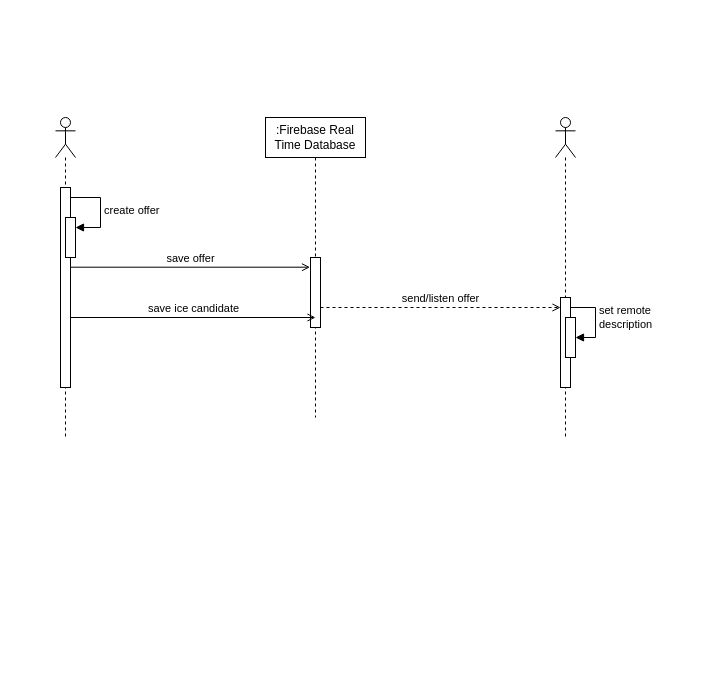
Before: Best Practice/Untitled Diagram.drawio in fadlurahmanfdev/draw_io, a draw.io diagram. Source tidied: cells renumbered, new cells numbered last; positions are measured from the earlier drawing's top-left corner, leaving out a move shared by most shapes. Both pictures are drawn from the tidied source at 100%, with x=0, y=0 at pixel (55, 117).
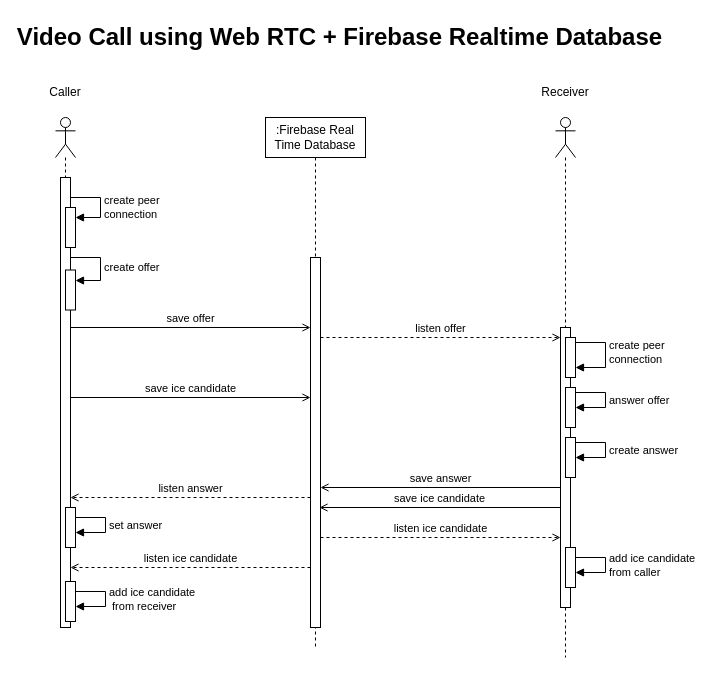
After the change.

What changed in the source:
```diff
@@
     <mxCell id="2" style="shape=umlLifeline;perimeter=lifelinePerimeter;whiteSpace=wrap;html=1;newEdgeStyle={&quot;curved&quot;:0,&quot;rounded&quot;:0};participant=umlActor;" parent="1" vertex="1">
-      <mxGeometry width="20" height="320" as="geometry" />
+      <mxGeometry width="20" height="510" as="geometry" />
     </mxCell>
     <mxCell id="3" style="html=1;points=[[0,0,0,0,5],[0,1,0,0,-5],[1,0,0,0,5],[1,1,0,0,-5]];perimeter=orthogonalPerimeter;outlineConnect=0;targetShapes=umlLifeline;portConstraint=eastwest;newEdgeStyle={&quot;curved&quot;:0,&quot;rounded&quot;:0};" parent="2" vertex="1">
-      <mxGeometry x="5" y="70" width="10" height="200" as="geometry" />
+      <mxGeometry x="5" y="60" width="10" height="450" as="geometry" />
     </mxCell>
+    <mxCell id="9" style="html=1;points=[[0,0,0,0,5],[0,1,0,0,-5],[1,0,0,0,5],[1,1,0,0,-5]];perimeter=orthogonalPerimeter;outlineConnect=0;targetShapes=umlLifeline;portConstraint=eastwest;newEdgeStyle={&quot;curved&quot;:0,&quot;rounded&quot;:0};" parent="2" vertex="1">
+      <mxGeometry x="10" y="152.5" width="10" height="40" as="geometry" />
+    </mxCell>
+    <mxCell id="10" value="create offer" style="html=1;align=left;spacingLeft=2;endArrow=block;rounded=0;edgeStyle=orthogonalEdgeStyle;curved=0;rounded=0;" parent="2" edge="1" target="9">
+      <mxGeometry x="0.11" relative="1" as="geometry">
+        <mxPoint x="15" y="132.5" as="sourcePoint" />
+        <Array as="points">
+          <mxPoint x="15" y="140" />
+          <mxPoint x="45" y="140" />
+          <mxPoint x="45" y="163" />
+        </Array>
+      </mxGeometry>
+    </mxCell>
+    <mxCell id="15" style="html=1;points=[[0,0,0,0,5],[0,1,0,0,-5],[1,0,0,0,5],[1,1,0,0,-5]];perimeter=orthogonalPerimeter;outlineConnect=0;targetShapes=umlLifeline;portConstraint=eastwest;newEdgeStyle={&quot;curved&quot;:0,&quot;rounded&quot;:0};" parent="2" vertex="1">
+      <mxGeometry x="10" y="90" width="10" height="40" as="geometry" />
+    </mxCell>
+    <mxCell id="16" value="create peer&amp;nbsp;&lt;div&gt;connection&lt;/div&gt;" style="html=1;align=left;spacingLeft=2;endArrow=block;rounded=0;edgeStyle=orthogonalEdgeStyle;curved=0;rounded=0;" parent="2" edge="1" target="15">
+      <mxGeometry x="0.18" relative="1" as="geometry">
+        <mxPoint x="15" y="70" as="sourcePoint" />
+        <Array as="points">
+          <mxPoint x="15" y="80" />
+          <mxPoint x="45" y="80" />
+          <mxPoint x="45" y="100" />
+        </Array>
+      </mxGeometry>
+    </mxCell>
+    <mxCell id="17" style="html=1;perimeter=orthogonalPerimeter;targetShapes=umlLifeline;newEdgeStyle={&quot;curved&quot;:0,&quot;rounded&quot;:0};" parent="2" vertex="1">
+      <mxGeometry x="10" y="390" width="10" height="40" as="geometry" />
+    </mxCell>
+    <mxCell id="18" value="set answer" style="html=1;align=left;spacingLeft=2;endArrow=block;rounded=0;edgeStyle=orthogonalEdgeStyle;curved=0;rounded=0;" parent="2" edge="1">
+      <mxGeometry relative="1" as="geometry">
+        <mxPoint x="20" y="400" as="sourcePoint" />
+        <mxPoint x="20" y="415" as="targetPoint" />
+        <Array as="points">
+          <mxPoint x="50" y="400" />
+          <mxPoint x="50" y="415" />
+        </Array>
+      </mxGeometry>
+    </mxCell>
+    <mxCell id="19" style="html=1;perimeter=orthogonalPerimeter;targetShapes=umlLifeline;newEdgeStyle={&quot;curved&quot;:0,&quot;rounded&quot;:0};" parent="2" vertex="1">
+      <mxGeometry x="10" y="464" width="10" height="40" as="geometry" />
+    </mxCell>
+    <mxCell id="20" value="add ice candidate&lt;div&gt;&amp;nbsp;from receiver&lt;/div&gt;" style="html=1;align=left;spacingLeft=2;endArrow=block;rounded=0;edgeStyle=orthogonalEdgeStyle;curved=0;rounded=0;" parent="2" edge="1">
+      <mxGeometry relative="1" as="geometry">
+        <mxPoint x="20" y="474" as="sourcePoint" />
+        <mxPoint x="20" y="489" as="targetPoint" />
+        <Array as="points">
+          <mxPoint x="50" y="474" />
+          <mxPoint x="50" y="489" />
+        </Array>
+      </mxGeometry>
+    </mxCell>
     <mxCell id="4" style="shape=umlLifeline;perimeter=lifelinePerimeter;whiteSpace=wrap;html=1;newEdgeStyle={&quot;curved&quot;:0,&quot;rounded&quot;:0};participant=umlActor;" parent="1" vertex="1">
-      <mxGeometry x="500" width="20" height="320" as="geometry" />
+      <mxGeometry x="500" width="20" height="540" as="geometry" />
     </mxCell>
     <mxCell id="5" style="html=1;points=[[0,0,0,0,5],[0,1,0,0,-5],[1,0,0,0,5],[1,1,0,0,-5]];perimeter=orthogonalPerimeter;outlineConnect=0;targetShapes=umlLifeline;portConstraint=eastwest;newEdgeStyle={&quot;curved&quot;:0,&quot;rounded&quot;:0};" parent="4" vertex="1">
-      <mxGeometry x="5" y="180" width="10" height="90" as="geometry" />
+      <mxGeometry x="5" y="210" width="10" height="280" as="geometry" />
     </mxCell>
     <mxCell id="6" style="html=1;points=[[0,0,0,0,5],[0,1,0,0,-5],[1,0,0,0,5],[1,1,0,0,-5]];perimeter=orthogonalPerimeter;outlineConnect=0;targetShapes=umlLifeline;portConstraint=eastwest;newEdgeStyle={&quot;curved&quot;:0,&quot;rounded&quot;:0};" parent="4" vertex="1">
-      <mxGeometry x="10" y="200" width="10" height="40" as="geometry" />
+      <mxGeometry x="10" y="220" width="10" height="40" as="geometry" />
     </mxCell>
+    <mxCell id="21" style="html=1;points=[[0,0,0,0,5],[0,1,0,0,-5],[1,0,0,0,5],[1,1,0,0,-5]];perimeter=orthogonalPerimeter;outlineConnect=0;targetShapes=umlLifeline;portConstraint=eastwest;newEdgeStyle={&quot;curved&quot;:0,&quot;rounded&quot;:0};" parent="4" vertex="1">
+      <mxGeometry x="10" y="270" width="10" height="40" as="geometry" />
+    </mxCell>
+    <mxCell id="22" value="answer offer" style="html=1;align=left;spacingLeft=2;endArrow=block;rounded=0;edgeStyle=orthogonalEdgeStyle;curved=0;rounded=0;" parent="4" edge="1" source="21" target="21">
+      <mxGeometry relative="1" as="geometry">
+        <Array as="points">
+          <mxPoint x="50" y="275" />
+          <mxPoint x="50" y="290" />
+        </Array>
+      </mxGeometry>
+    </mxCell>
+    <mxCell id="23" style="html=1;points=[[0,0,0,0,5],[0,1,0,0,-5],[1,0,0,0,5],[1,1,0,0,-5]];perimeter=orthogonalPerimeter;outlineConnect=0;targetShapes=umlLifeline;portConstraint=eastwest;newEdgeStyle={&quot;curved&quot;:0,&quot;rounded&quot;:0};" parent="4" vertex="1">
+      <mxGeometry x="10" y="320" width="10" height="40" as="geometry" />
+    </mxCell>
+    <mxCell id="24" value="create answer" style="html=1;align=left;spacingLeft=2;endArrow=block;rounded=0;edgeStyle=orthogonalEdgeStyle;curved=0;rounded=0;" parent="4" edge="1" source="23" target="23">
+      <mxGeometry relative="1" as="geometry">
+        <Array as="points">
+          <mxPoint x="50" y="325" />
+          <mxPoint x="50" y="340" />
+        </Array>
+      </mxGeometry>
+    </mxCell>
+    <mxCell id="25" style="html=1;perimeter=orthogonalPerimeter;targetShapes=umlLifeline;newEdgeStyle={&quot;curved&quot;:0,&quot;rounded&quot;:0};" parent="4" vertex="1">
+      <mxGeometry x="10" y="430" width="10" height="40" as="geometry" />
+    </mxCell>
+    <mxCell id="26" value="add ice candidate&lt;div&gt;from caller&lt;/div&gt;" style="html=1;align=left;spacingLeft=2;endArrow=block;rounded=0;edgeStyle=orthogonalEdgeStyle;curved=0;rounded=0;" parent="4" edge="1">
+      <mxGeometry relative="1" as="geometry">
+        <mxPoint x="20" y="440" as="sourcePoint" />
+        <mxPoint x="20" y="455" as="targetPoint" />
+        <Array as="points">
+          <mxPoint x="50" y="440" />
+          <mxPoint x="50" y="455" />
+        </Array>
+      </mxGeometry>
+    </mxCell>
     <mxCell id="7" value=":Firebase Real Time Database" style="shape=umlLifeline;perimeter=lifelinePerimeter;whiteSpace=wrap;html=1;newEdgeStyle={&quot;curved&quot;:0,&quot;rounded&quot;:0};" parent="1" vertex="1">
-      <mxGeometry x="210" width="100" height="300" as="geometry" />
+      <mxGeometry x="210" width="100" height="530" as="geometry" />
     </mxCell>
     <mxCell id="8" style="html=1;perimeter=orthogonalPerimeter;targetShapes=umlLifeline;newEdgeStyle={&quot;curved&quot;:0,&quot;rounded&quot;:0};" parent="7" vertex="1">
-      <mxGeometry x="45" y="140" width="10" height="70" as="geometry" />
+      <mxGeometry x="45" y="140" width="10" height="370" as="geometry" />
     </mxCell>
-    <mxCell id="9" style="html=1;points=[[0,0,0,0,5],[0,1,0,0,-5],[1,0,0,0,5],[1,1,0,0,-5]];perimeter=orthogonalPerimeter;outlineConnect=0;targetShapes=umlLifeline;portConstraint=eastwest;newEdgeStyle={&quot;curved&quot;:0,&quot;rounded&quot;:0};" parent="1" vertex="1">
-      <mxGeometry x="10" y="100" width="10" height="40" as="geometry" />
-    </mxCell>
-    <mxCell id="10" value="create offer" style="html=1;align=left;spacingLeft=2;endArrow=block;rounded=0;edgeStyle=orthogonalEdgeStyle;curved=0;rounded=0;" parent="1" edge="1" target="9">
-      <mxGeometry relative="1" as="geometry">
-        <mxPoint x="15" y="80" as="sourcePoint" />
-        <Array as="points">
-          <mxPoint x="45" y="110" />
-        </Array>
-      </mxGeometry>
-    </mxCell>
-    <mxCell id="11" value="save offer" style="html=1;verticalAlign=bottom;endArrow=open;curved=0;rounded=0;endFill=0;" parent="1" edge="1" source="3">
+    <mxCell id="11" value="save offer" style="html=1;verticalAlign=bottom;endArrow=open;curved=0;rounded=0;endFill=0;" parent="1" edge="1">
       <mxGeometry relative="1" as="geometry">
-        <mxPoint x="254.5" y="149.7" as="targetPoint" />
+        <mxPoint x="15" y="210" as="sourcePoint" />
+        <mxPoint x="255" y="210" as="targetPoint" />
       </mxGeometry>
     </mxCell>
-    <mxCell id="12" value="save ice candidate" style="html=1;verticalAlign=bottom;endArrow=open;curved=0;rounded=0;endFill=0;" parent="1" edge="1" source="3">
+    <mxCell id="12" value="save ice candidate" style="html=1;verticalAlign=bottom;endArrow=open;curved=0;rounded=0;endFill=0;" parent="1" edge="1">
       <mxGeometry relative="1" as="geometry">
-        <mxPoint x="260" y="200" as="targetPoint" />
+        <mxPoint x="15" y="280" as="sourcePoint" />
+        <mxPoint x="255" y="280" as="targetPoint" />
       </mxGeometry>
     </mxCell>
-    <mxCell id="13" value="send/listen offer" style="html=1;verticalAlign=bottom;endArrow=open;curved=0;rounded=0;dashed=1;endFill=0;" parent="1" edge="1">
+    <mxCell id="13" value="listen offer" style="html=1;verticalAlign=bottom;endArrow=open;curved=0;rounded=0;dashed=1;endFill=0;" parent="1" edge="1">
       <mxGeometry relative="1" as="geometry">
-        <mxPoint x="265" y="190" as="sourcePoint" />
-        <mxPoint x="505" y="190" as="targetPoint" />
+        <mxPoint x="265" y="220" as="sourcePoint" />
+        <mxPoint x="505" y="220" as="targetPoint" />
       </mxGeometry>
     </mxCell>
-    <mxCell id="14" value="set remote&amp;nbsp;&lt;div&gt;description&lt;/div&gt;" style="html=1;align=left;spacingLeft=2;endArrow=block;rounded=0;edgeStyle=orthogonalEdgeStyle;curved=0;rounded=0;exitX=1;exitY=0;exitDx=0;exitDy=5;exitPerimeter=0;" parent="1" edge="1" source="5">
+    <mxCell id="14" value="create peer&amp;nbsp;&lt;div&gt;connection&lt;/div&gt;" style="html=1;align=left;spacingLeft=2;endArrow=block;rounded=0;edgeStyle=orthogonalEdgeStyle;curved=0;rounded=0;exitX=1;exitY=0;exitDx=0;exitDy=5;exitPerimeter=0;" parent="1" edge="1" target="6">
       <mxGeometry relative="1" as="geometry">
-        <mxPoint x="520" y="220" as="targetPoint" />
+        <mxPoint x="520" y="230" as="sourcePoint" />
         <Array as="points">
-          <mxPoint x="515" y="190" />
-          <mxPoint x="540" y="190" />
-          <mxPoint x="540" y="220" />
+          <mxPoint x="520" y="225" />
+          <mxPoint x="550" y="225" />
+          <mxPoint x="550" y="250" />
         </Array>
       </mxGeometry>
     </mxCell>
+    <mxCell id="27" value="save answer" style="html=1;verticalAlign=bottom;endArrow=open;curved=0;rounded=0;endFill=0;" parent="1" edge="1">
+      <mxGeometry relative="1" as="geometry">
+        <mxPoint x="505" y="370" as="sourcePoint" />
+        <mxPoint x="265" y="370" as="targetPoint" />
+      </mxGeometry>
+    </mxCell>
+    <mxCell id="28" value="save ice candidate" style="html=1;verticalAlign=bottom;endArrow=open;curved=0;rounded=0;endFill=0;" parent="1" edge="1">
+      <mxGeometry relative="1" as="geometry">
+        <mxPoint x="505" y="390" as="sourcePoint" />
+        <mxPoint x="264" y="390" as="targetPoint" />
+      </mxGeometry>
+    </mxCell>
+    <mxCell id="29" value="listen ice candidate" style="html=1;verticalAlign=bottom;endArrow=open;curved=0;rounded=0;dashed=1;endFill=0;" parent="1" edge="1">
+      <mxGeometry relative="1" as="geometry">
+        <mxPoint x="265" y="420" as="sourcePoint" />
+        <mxPoint x="505" y="420" as="targetPoint" />
+      </mxGeometry>
+    </mxCell>
+    <mxCell id="30" value="listen answer" style="html=1;verticalAlign=bottom;endArrow=open;curved=0;rounded=0;dashed=1;endFill=0;" parent="1" edge="1">
+      <mxGeometry relative="1" as="geometry">
+        <mxPoint x="255" y="380" as="sourcePoint" />
+        <mxPoint x="15" y="380" as="targetPoint" />
+      </mxGeometry>
+    </mxCell>
+    <mxCell id="31" value="listen ice candidate" style="html=1;verticalAlign=bottom;endArrow=open;curved=0;rounded=0;dashed=1;endFill=0;" parent="1" edge="1">
+      <mxGeometry relative="1" as="geometry">
+        <mxPoint x="255" y="450" as="sourcePoint" />
+        <mxPoint x="15" y="450" as="targetPoint" />
+      </mxGeometry>
+    </mxCell>
+    <mxCell id="32" value="Caller" style="text;html=1;align=center;verticalAlign=middle;whiteSpace=wrap;rounded=0;" parent="1" vertex="1">
+      <mxGeometry x="-20" y="-40" width="60" height="30" as="geometry" />
+    </mxCell>
+    <mxCell id="33" value="Receiver" style="text;html=1;align=center;verticalAlign=middle;whiteSpace=wrap;rounded=0;" parent="1" vertex="1">
+      <mxGeometry x="480" y="-40" width="60" height="30" as="geometry" />
+    </mxCell>
+    <mxCell id="34" value="Video Call using Web RTC + Firebase Realtime Database" style="text;strokeColor=none;fillColor=none;html=1;fontSize=24;fontStyle=1;verticalAlign=middle;align=center;" parent="1" vertex="1">
+      <mxGeometry x="234" y="-100" width="100" height="40" as="geometry" />
+    </mxCell>
```
